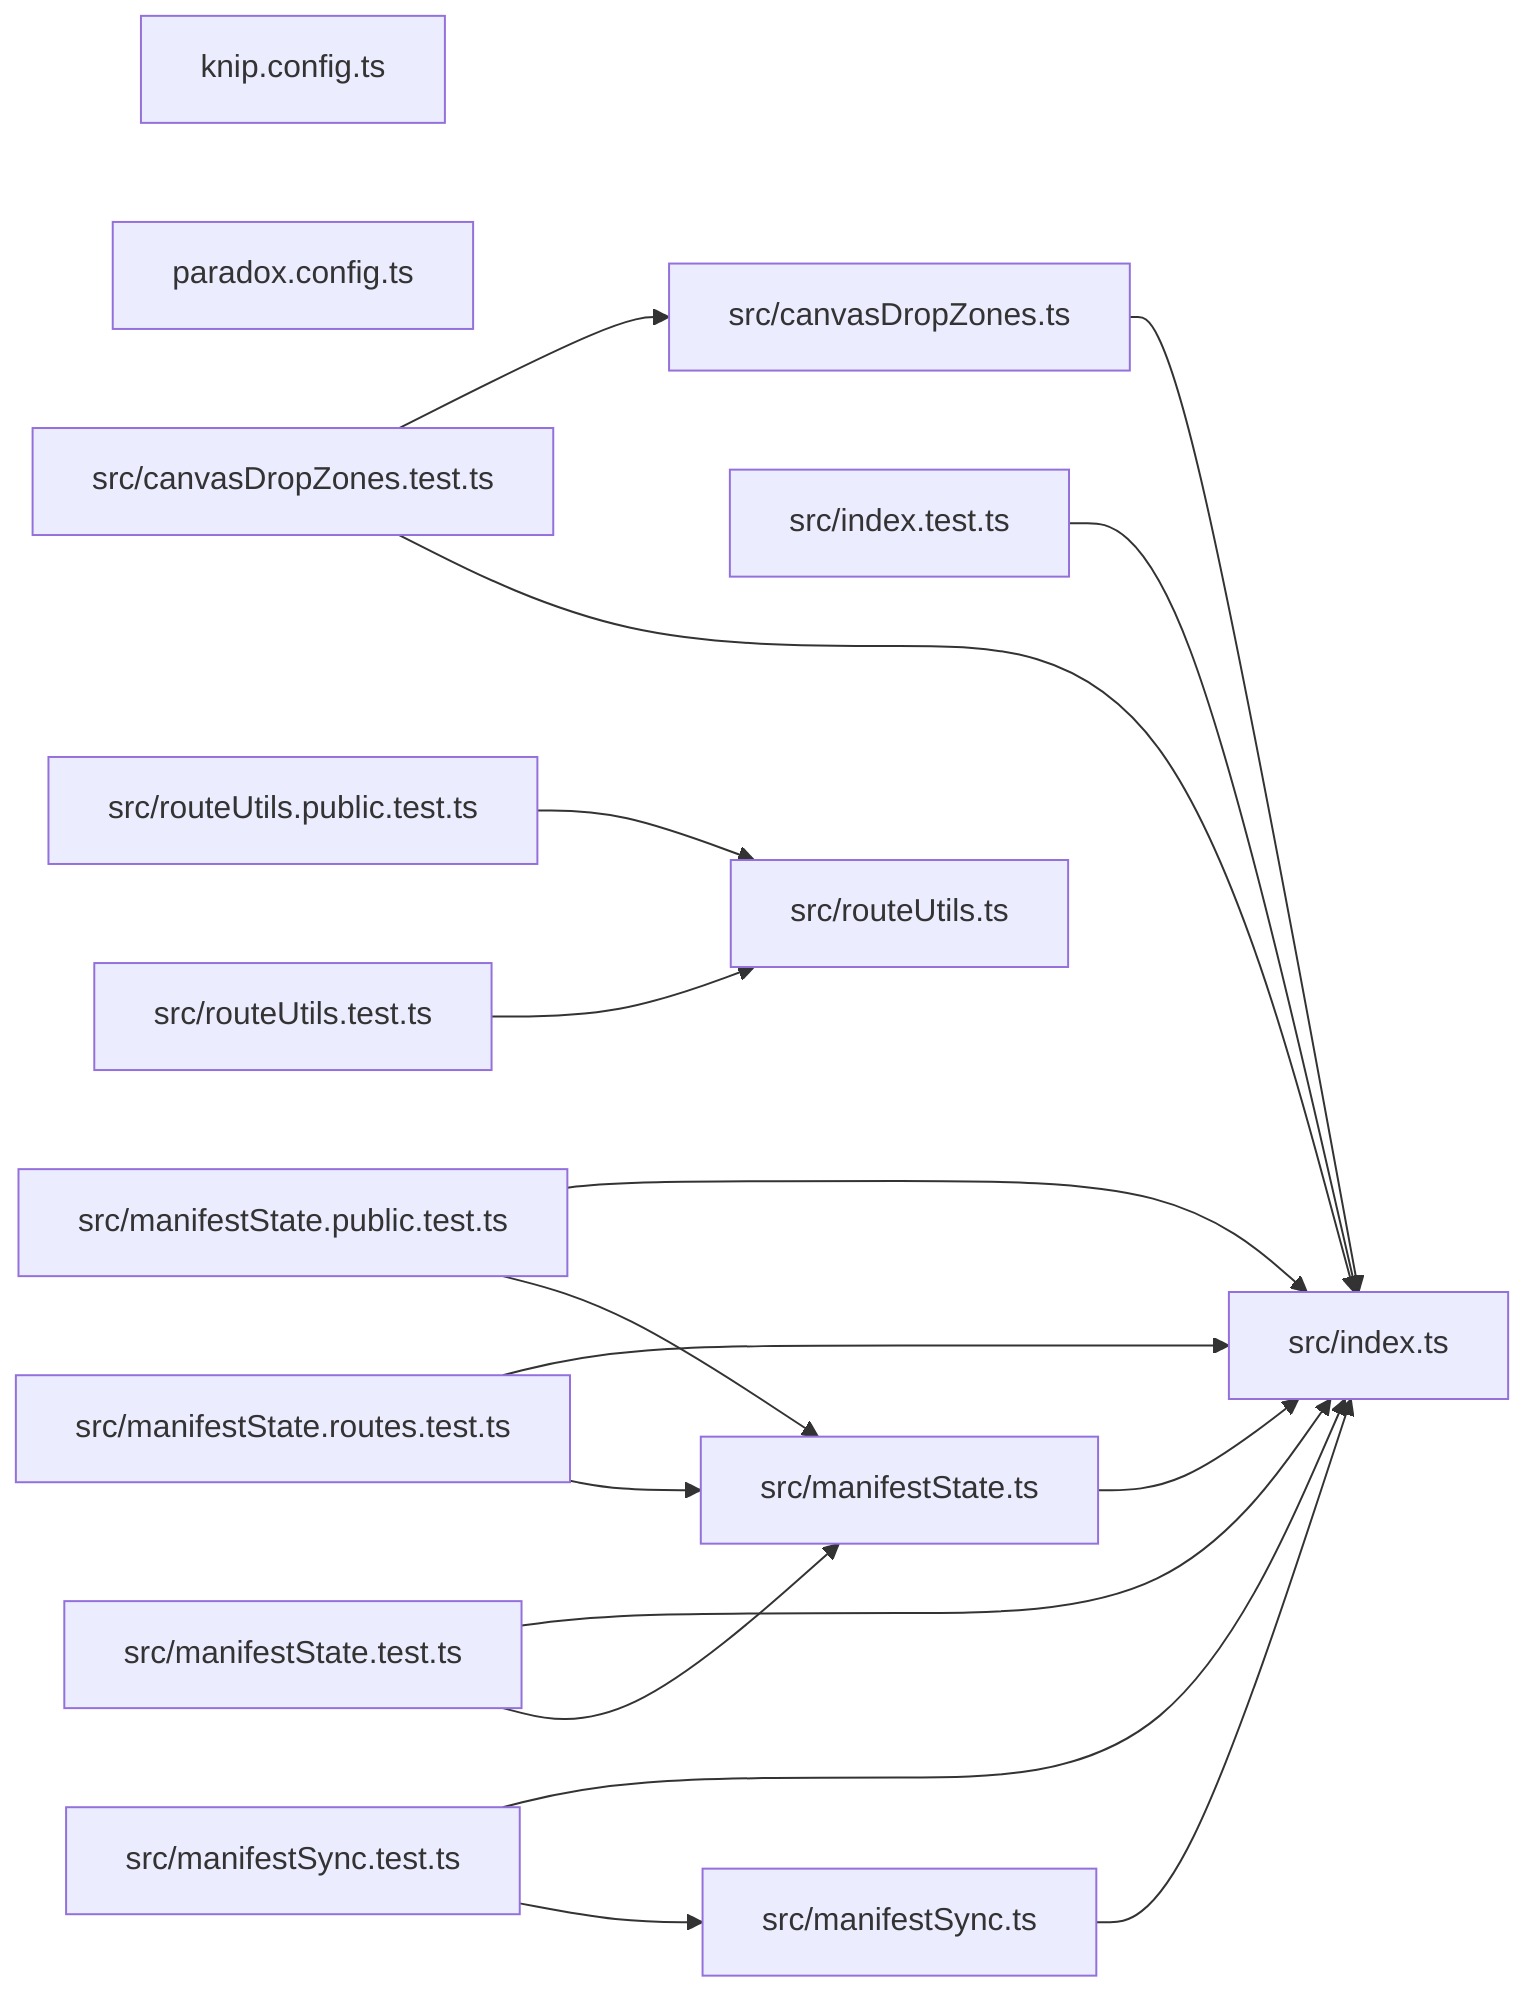
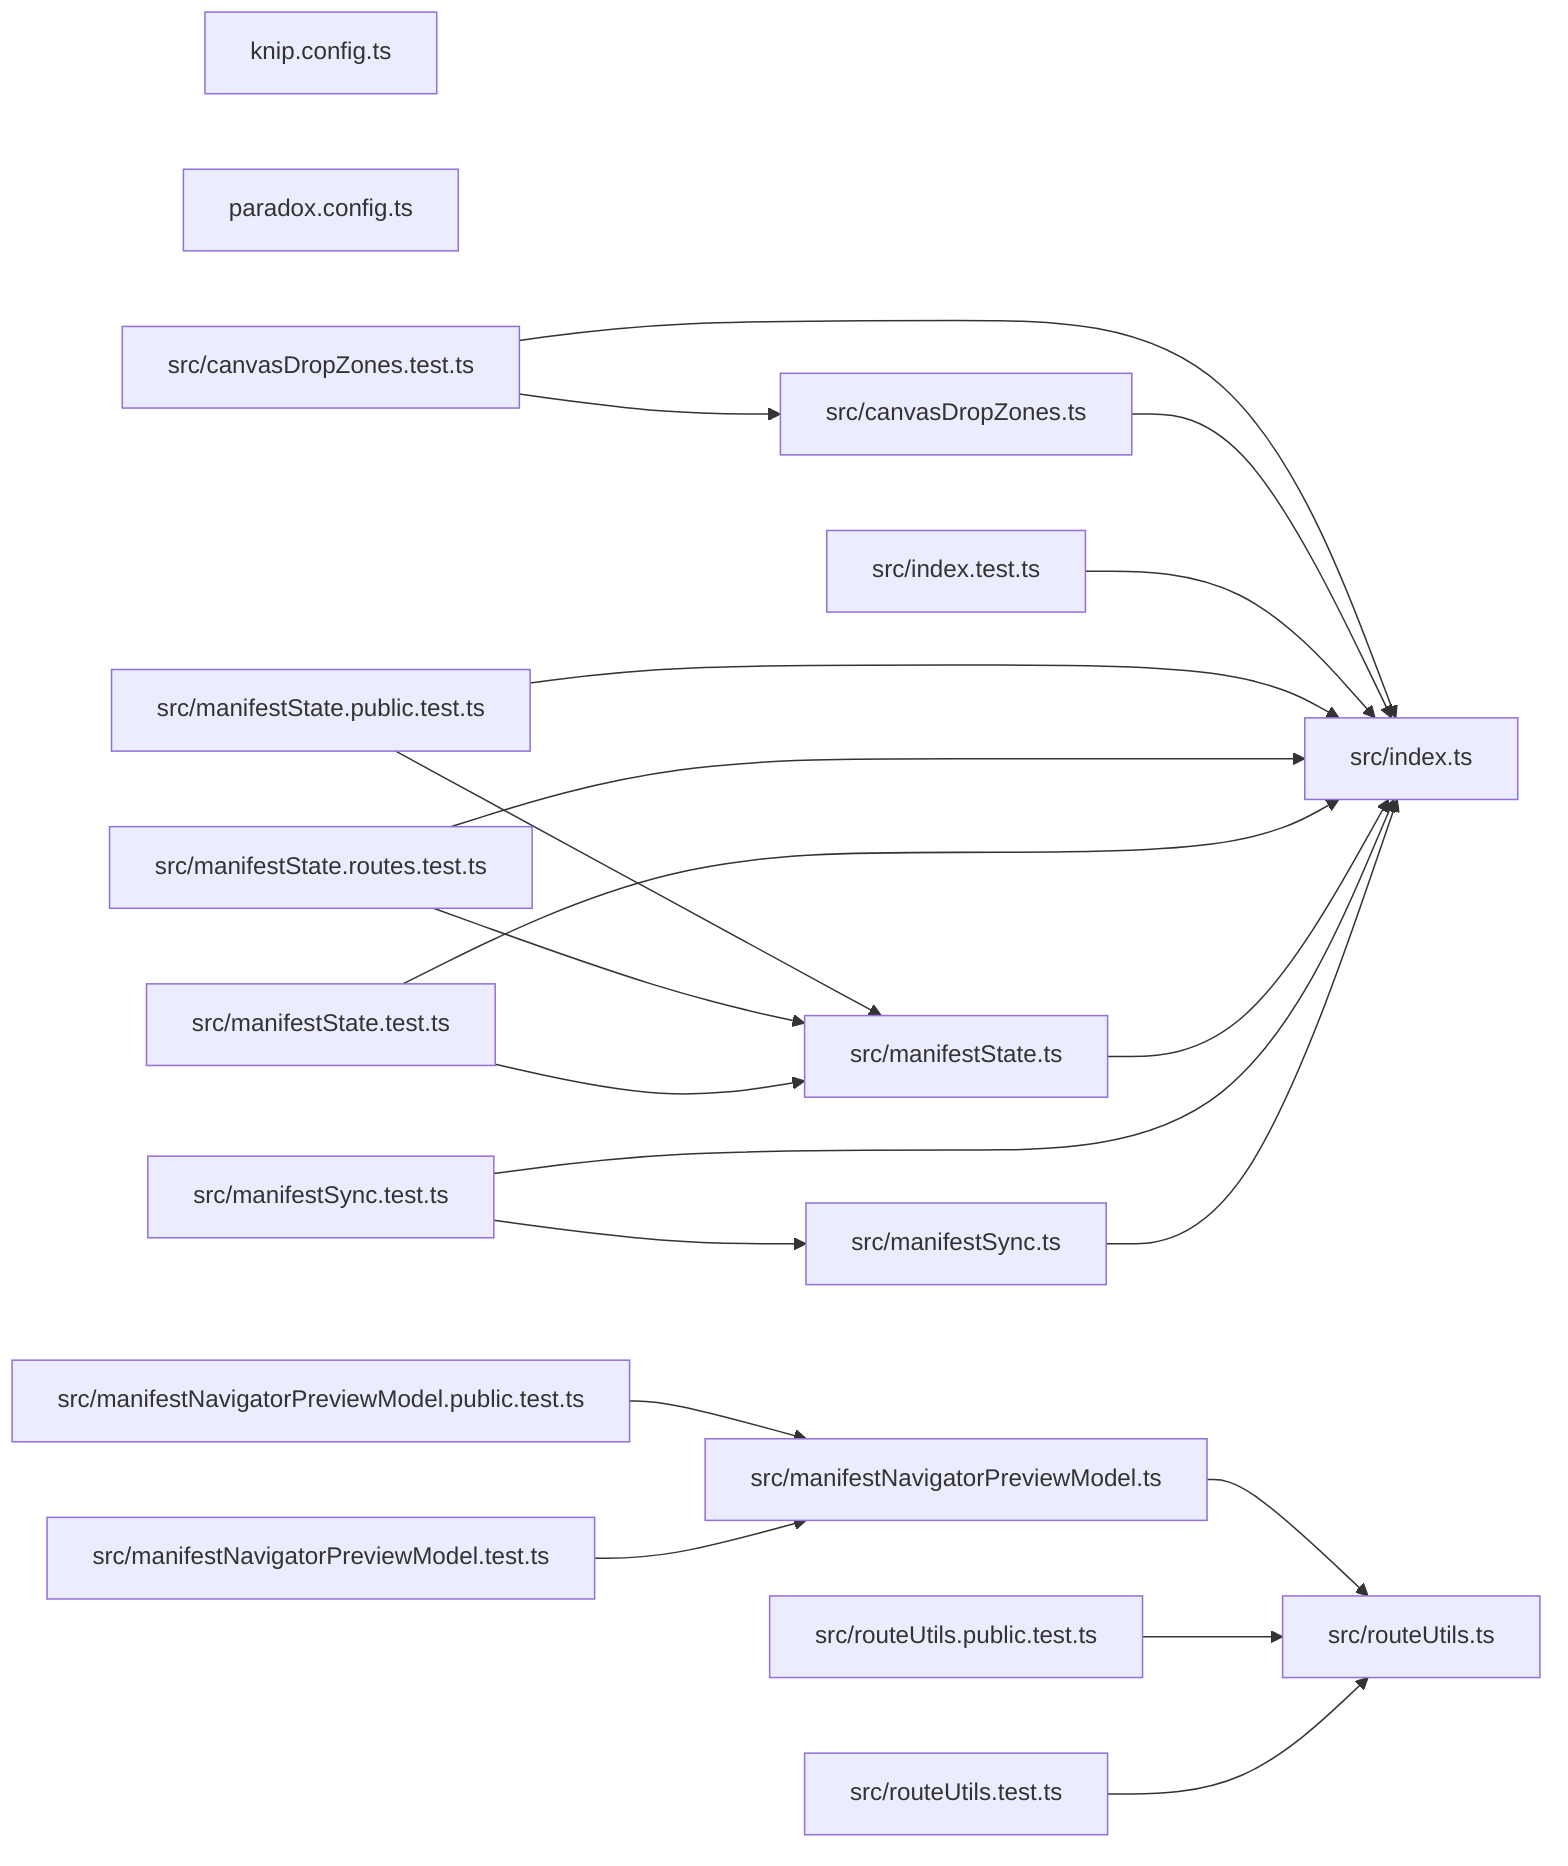
graph LR
  module_knip_config_ts["knip.config.ts"]
  module_paradox_config_ts["paradox.config.ts"]
  module_src_canvasDropZones_test_ts["src/canvasDropZones.test.ts"]
  module_src_canvasDropZones_ts["src/canvasDropZones.ts"]
  module_src_index_test_ts["src/index.test.ts"]
  module_src_index_ts["src/index.ts"]
+   module_src_manifestNavigatorPreviewModel_public_test_ts["src/manifestNavigatorPreviewModel.public.test.ts"]
+   module_src_manifestNavigatorPreviewModel_test_ts["src/manifestNavigatorPreviewModel.test.ts"]
+   module_src_manifestNavigatorPreviewModel_ts["src/manifestNavigatorPreviewModel.ts"]
  module_src_manifestState_public_test_ts["src/manifestState.public.test.ts"]
  module_src_manifestState_routes_test_ts["src/manifestState.routes.test.ts"]
  module_src_manifestState_test_ts["src/manifestState.test.ts"]
  module_src_manifestState_ts["src/manifestState.ts"]
  module_src_manifestSync_test_ts["src/manifestSync.test.ts"]
  module_src_manifestSync_ts["src/manifestSync.ts"]
  module_src_routeUtils_public_test_ts["src/routeUtils.public.test.ts"]
  module_src_routeUtils_test_ts["src/routeUtils.test.ts"]
  module_src_routeUtils_ts["src/routeUtils.ts"]
  module_src_canvasDropZones_test_ts --> module_src_canvasDropZones_ts
  module_src_canvasDropZones_test_ts --> module_src_index_ts
  module_src_canvasDropZones_ts --> module_src_index_ts
  module_src_index_test_ts --> module_src_index_ts
+   module_src_manifestNavigatorPreviewModel_public_test_ts --> module_src_manifestNavigatorPreviewModel_ts
+   module_src_manifestNavigatorPreviewModel_test_ts --> module_src_manifestNavigatorPreviewModel_ts
+   module_src_manifestNavigatorPreviewModel_ts --> module_src_routeUtils_ts
  module_src_manifestState_public_test_ts --> module_src_index_ts
  module_src_manifestState_public_test_ts --> module_src_manifestState_ts
  module_src_manifestState_routes_test_ts --> module_src_index_ts
  module_src_manifestState_routes_test_ts --> module_src_manifestState_ts
  module_src_manifestState_test_ts --> module_src_index_ts
  module_src_manifestState_test_ts --> module_src_manifestState_ts
  module_src_manifestState_ts --> module_src_index_ts
  module_src_manifestSync_test_ts --> module_src_index_ts
  module_src_manifestSync_test_ts --> module_src_manifestSync_ts
  module_src_manifestSync_ts --> module_src_index_ts
  module_src_routeUtils_public_test_ts --> module_src_routeUtils_ts
  module_src_routeUtils_test_ts --> module_src_routeUtils_ts
